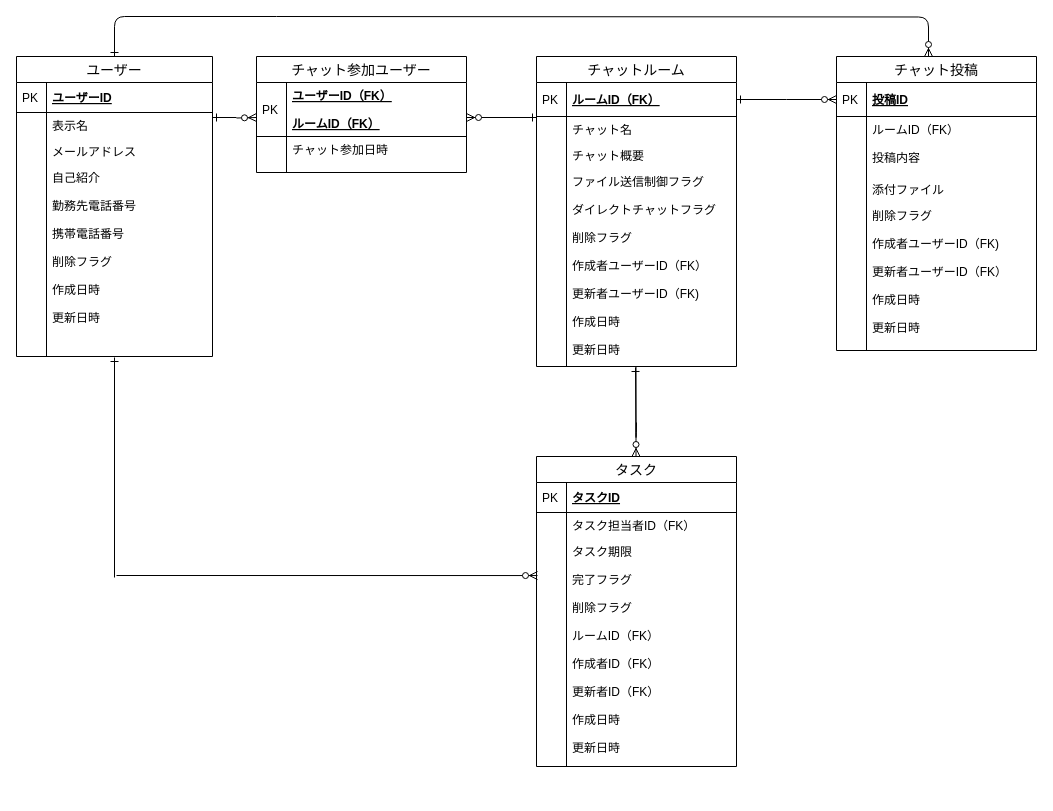
Before: db/db-challenge1/chatwork.drawio in Yuta-KTD/quelcode-db, a draw.io diagram. Source tidied: cells renumbered, new cells numbered last; positions are measured from the earlier drawing's top-left corner, leaving out a move shared by most shapes. Both pictures are drawn from the tidied source at 100%, with x=0, y=0 at pixel (16, 16).
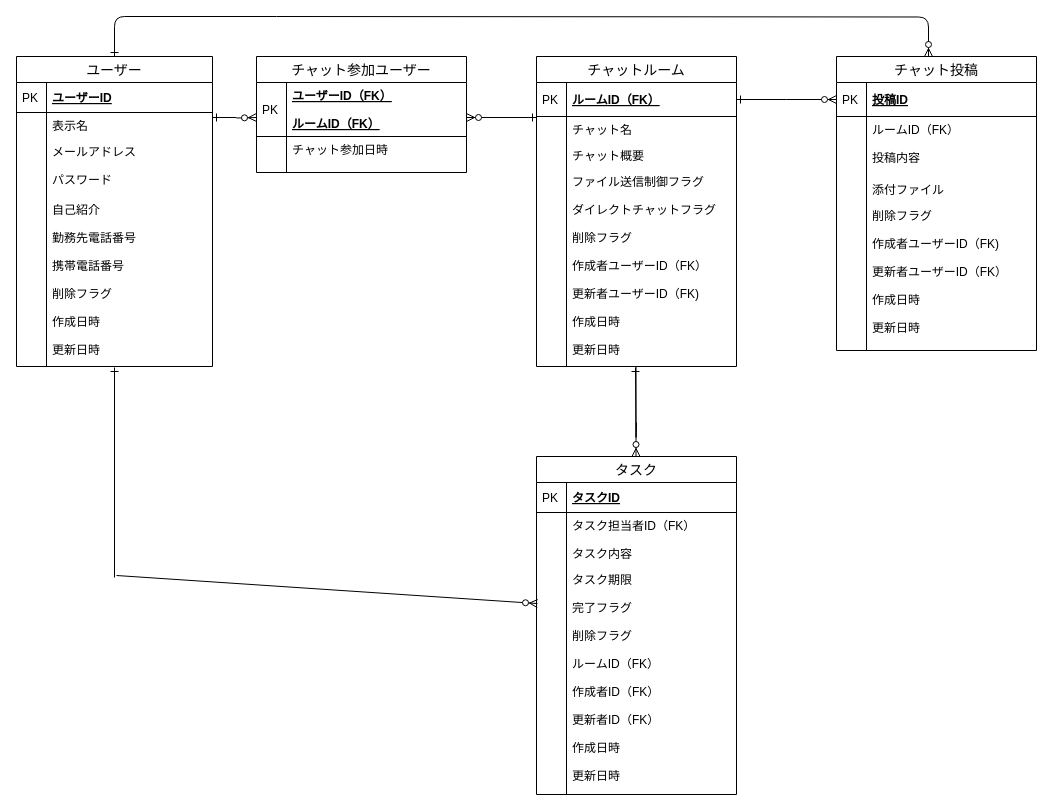
The same diagram, later.

The edit, as a diff of the source:
```diff
@@
     <mxCell id="30" value="ユーザー" style="swimlane;fontStyle=0;horizontal=1;startSize=26;align=center;fontSize=14;" parent="1" vertex="1">
-      <mxGeometry y="40" width="196" height="300" as="geometry" />
+      <mxGeometry y="40" width="196" height="310" as="geometry" />
     </mxCell>
@@
-    <mxCell id="35" value="メールアドレス" style="shape=partialRectangle;top=0;left=0;right=0;bottom=0;align=left;verticalAlign=top;fillColor=none;spacingLeft=34;spacingRight=4;overflow=hidden;fontSize=12;" parent="30" vertex="1">
-      <mxGeometry y="82" width="196" height="26" as="geometry" />
+    <mxCell id="35" value="メールアドレス&#10;&#10;パスワード" style="shape=partialRectangle;top=0;left=0;right=0;bottom=0;align=left;verticalAlign=top;fillColor=none;spacingLeft=34;spacingRight=4;overflow=hidden;fontSize=12;" parent="30" vertex="1">
+      <mxGeometry y="82" width="196" height="58" as="geometry" />
     </mxCell>
     <mxCell id="36" style="shape=partialRectangle;top=0;left=0;bottom=0;fillColor=none;align=left;verticalAlign=top;spacingLeft=4;spacingRight=4;overflow=hidden;fontSize=12;" parent="35" vertex="1">
-      <mxGeometry width="30" height="26" as="geometry" />
+      <mxGeometry width="30" height="58" as="geometry" />
     </mxCell>
     <mxCell id="37" value="自己紹介&#10;&#10;勤務先電話番号&#10;&#10;携帯電話番号&#10;&#10;削除フラグ&#10;&#10;作成日時&#10;&#10;更新日時&#10;&#10;" style="shape=partialRectangle;top=0;left=0;right=0;bottom=0;align=left;verticalAlign=top;fillColor=none;spacingLeft=34;spacingRight=4;overflow=hidden;fontSize=12;" parent="30" vertex="1">
-      <mxGeometry y="108" width="196" height="192" as="geometry" />
+      <mxGeometry y="140" width="196" height="170" as="geometry" />
     </mxCell>
     <mxCell id="38" style="shape=partialRectangle;top=0;left=0;bottom=0;fillColor=none;align=left;verticalAlign=top;spacingLeft=4;spacingRight=4;overflow=hidden;fontSize=12;" parent="37" vertex="1">
-      <mxGeometry width="30" height="192" as="geometry" />
+      <mxGeometry width="30" height="170" as="geometry" />
     </mxCell>
     <mxCell id="39" value="タスク" style="swimlane;fontStyle=0;horizontal=1;startSize=26;align=center;fontSize=14;" parent="1" vertex="1">
-      <mxGeometry x="520" y="440" width="200" height="310" as="geometry" />
+      <mxGeometry x="520" y="440" width="200" height="338" as="geometry" />
     </mxCell>
@@
-    <mxCell id="42" value="タスク担当者ID（FK）" style="shape=partialRectangle;top=0;left=0;right=0;bottom=0;align=left;verticalAlign=top;fillColor=none;spacingLeft=34;spacingRight=4;overflow=hidden;fontSize=12;" parent="39" vertex="1">
-      <mxGeometry y="56" width="200" height="26" as="geometry" />
+    <mxCell id="42" value="タスク担当者ID（FK）&#10;&#10;タスク内容" style="shape=partialRectangle;top=0;left=0;right=0;bottom=0;align=left;verticalAlign=top;fillColor=none;spacingLeft=34;spacingRight=4;overflow=hidden;fontSize=12;" parent="39" vertex="1">
+      <mxGeometry y="56" width="200" height="54" as="geometry" />
     </mxCell>
     <mxCell id="43" style="shape=partialRectangle;top=0;left=0;bottom=0;fillColor=none;align=left;verticalAlign=top;spacingLeft=4;spacingRight=4;overflow=hidden;fontSize=12;" parent="42" vertex="1">
-      <mxGeometry width="30" height="26" as="geometry" />
+      <mxGeometry width="30" height="54" as="geometry" />
     </mxCell>
     <mxCell id="44" value="タスク期限&#10;&#10;完了フラグ&#10;&#10;削除フラグ&#10;&#10;ルームID（FK）&#10;&#10;作成者ID（FK）&#10;&#10;更新者ID（FK）&#10;&#10;作成日時&#10;&#10;更新日時" style="shape=partialRectangle;top=0;left=0;right=0;bottom=0;align=left;verticalAlign=top;fillColor=none;spacingLeft=34;spacingRight=4;overflow=hidden;points=[[0,0.5],[1,0.5]];portConstraint=eastwest;fontSize=12;" parent="39" vertex="1">
-      <mxGeometry y="82" width="200" height="218" as="geometry" />
+      <mxGeometry y="110" width="200" height="218" as="geometry" />
     </mxCell>
@@
     <mxCell id="46" style="shape=partialRectangle;top=0;left=0;right=0;bottom=0;align=left;verticalAlign=top;fillColor=none;spacingLeft=34;spacingRight=4;overflow=hidden;fontSize=12;" parent="39" vertex="1">
-      <mxGeometry y="300" width="200" height="10" as="geometry" />
+      <mxGeometry y="328" width="200" height="10" as="geometry" />
     </mxCell>
@@
     <mxCell id="49" style="fontSize=12;html=1;endArrow=ERone;endFill=1;" parent="1" edge="1">
       <mxGeometry relative="1" as="geometry">
         <mxPoint x="98" y="561" as="sourcePoint" />
-        <mxPoint x="98" y="341" as="targetPoint" />
+        <mxPoint x="98" y="351" as="targetPoint" />
       </mxGeometry>
     </mxCell>
```
